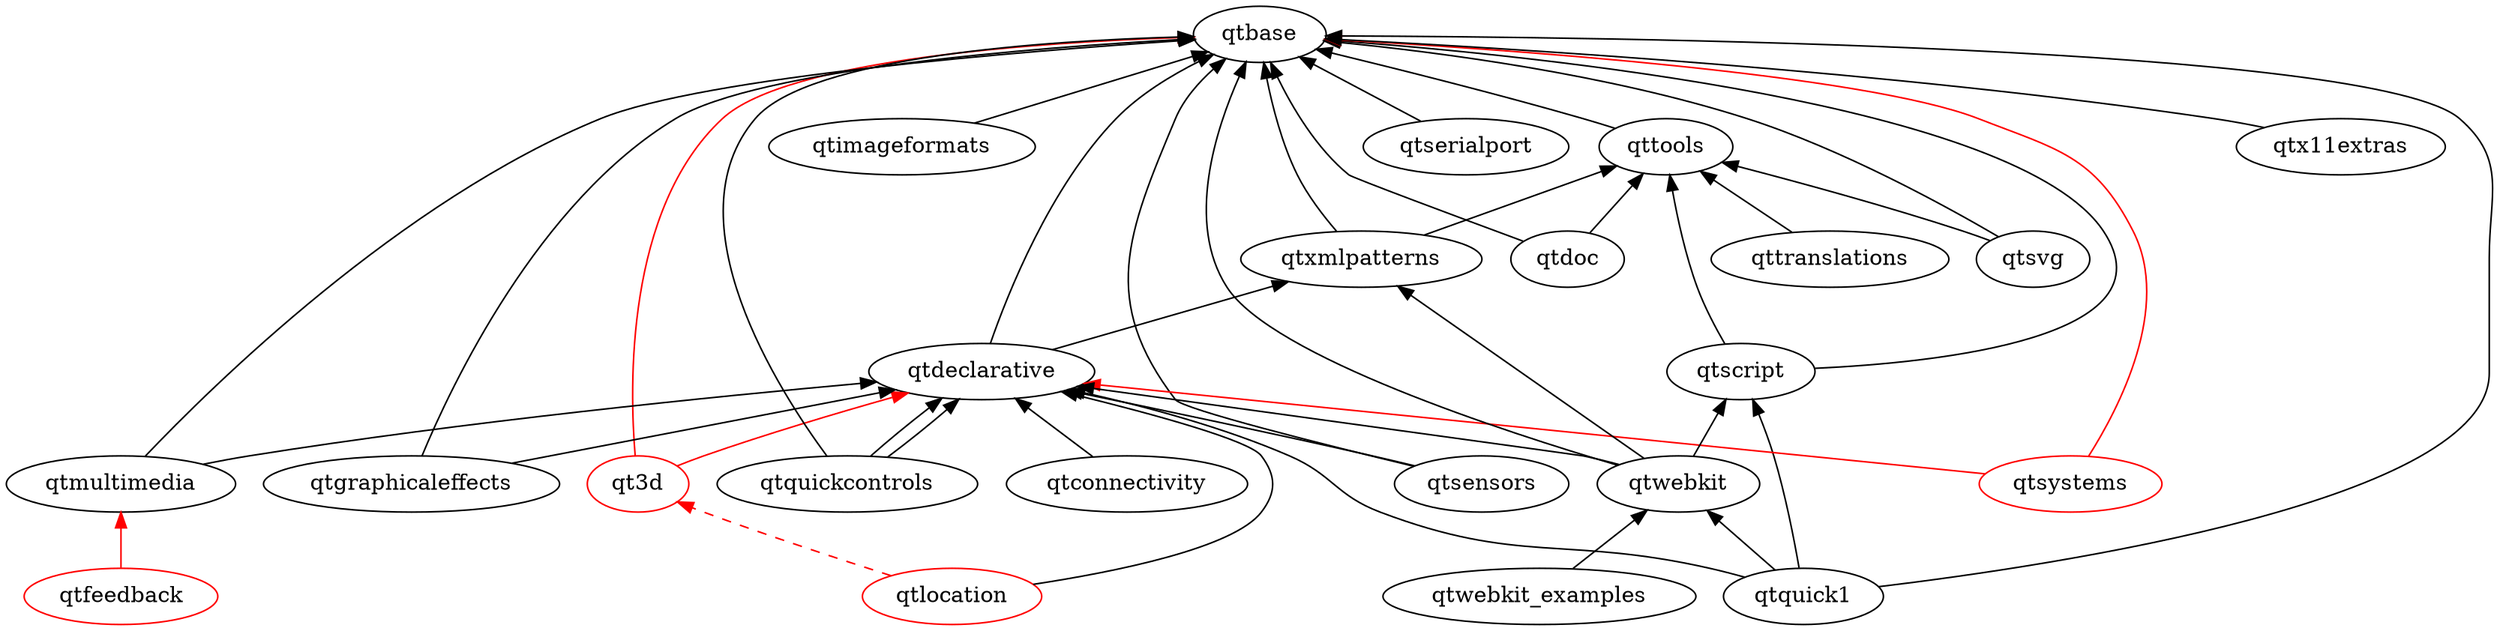
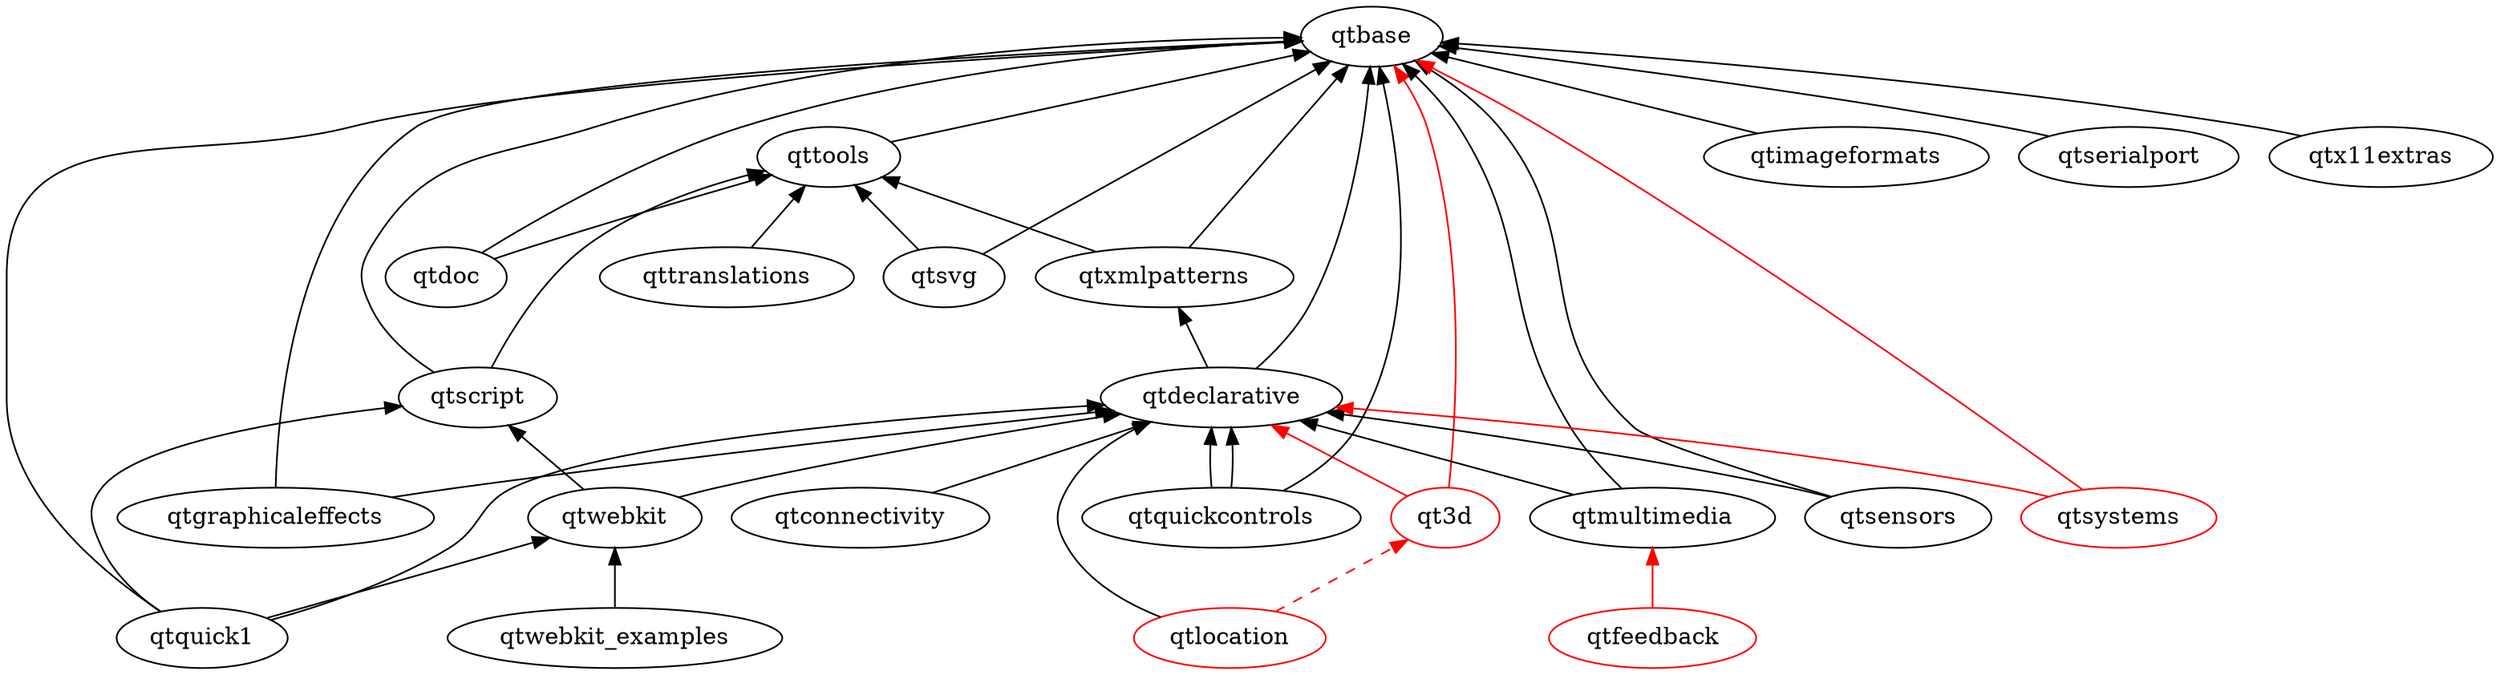
digraph qt5 {
  graph [
    rankdir = "BT"
  ]

  qt3d [ color = red ]
  qtbase
  qtconnectivity
  qtdeclarative
  qtdoc
  qtfeedback [ color = red ]
  qtgraphicaleffects
  qtimageformats
  qtlocation [color = red]
  qtmultimedia
  qtquick1
  qtquickcontrols
  qtscript
  qtsensors
  qtserialport
  qtsvg
  qtsystems [ color = red ]
  qttools
  qttranslations
  qtwebkit
  qtwebkit_examples
  qtx11extras
  qtxmlpatterns

  qtconnectivity -> qtdeclarative
  qtdeclarative -> qtbase
  qtdeclarative -> qtxmlpatterns
  qtdoc -> qtbase
  qtdoc -> qttools
  qtgraphicaleffects -> qtbase
  qtgraphicaleffects -> qtdeclarative
  qtimageformats -> qtbase
  qtmultimedia -> qtbase
  qtmultimedia -> qtdeclarative
  qtquick1 -> qtbase
  qtquick1 -> qtdeclarative
  qtquick1 -> qtscript
  qtquick1 -> qtwebkit
  qtquickcontrols -> qtbase
  qtquickcontrols -> qtdeclarative
  qtquickcontrols -> qtdeclarative
  qtsensors -> qtbase
  qtsensors -> qtdeclarative
  qtserialport -> qtbase
  qtscript -> qtbase
  qtscript -> qttools
  qtsvg -> qtbase
  qtsvg -> qttools
  qttools -> qtbase
  qttranslations -> qttools
-   qtwebkit -> qtbase
  qtwebkit -> qtdeclarative
  qtwebkit -> qtscript
-   qtwebkit -> qtxmlpatterns
  qtwebkit_examples -> qtwebkit
  qtx11extras -> qtbase
  qtxmlpatterns -> qtbase
  qtxmlpatterns -> qttools

  // unsure/not-uploaded
  qt3d -> qtbase [ color = red ]
  qt3d -> qtdeclarative [ color = red ]
  qtfeedback -> qtmultimedia [ color = red ]
  qtlocation -> qt3d [color = red style = dashed]
  qtlocation -> qtdeclarative
  qtsystems -> qtbase [ color = red ]
  qtsystems -> qtdeclarative [ color = red ]
}
